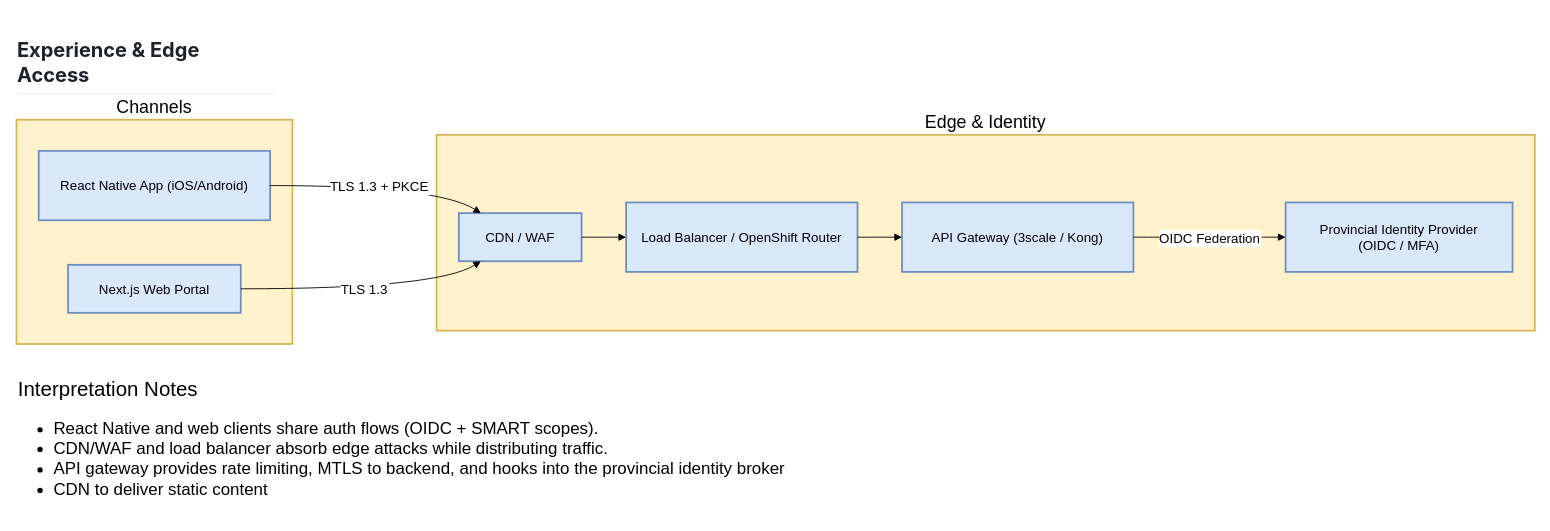
Above: EdgeLayer.drawio in sacssuresh/YourHealthNS-Architecture (draw.io), before the change. Source tidied: cells renumbered, new cells numbered last; positions are measured from the earlier drawing's top-left corner, leaving out a move shared by most shapes. Both pictures are drawn from the tidied source at 89%, with x=0, y=0 at pixel (16, 48).
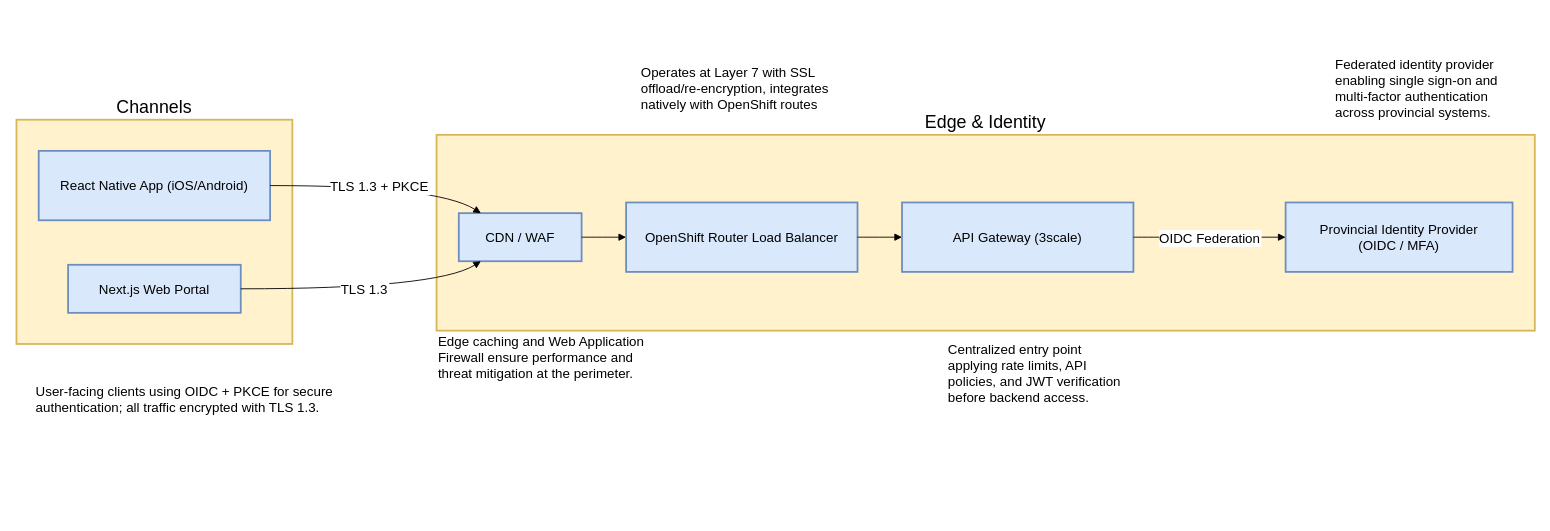
Above is the later version.

Diff of the diagram source:
```diff
@@
-    <mxCell id="7" value="Load Balancer / OpenShift Router" style="whiteSpace=wrap;strokeWidth=2;fontSize=15;fillColor=#dae8fc;strokeColor=#6c8ebf;" parent="1" vertex="1">
+    <mxCell id="7" value="OpenShift Router Load Balancer" style="whiteSpace=wrap;strokeWidth=2;fontSize=15;fillColor=#dae8fc;strokeColor=#6c8ebf;" parent="1" vertex="1">
       <mxGeometry x="685" y="173" width="260" height="78" as="geometry" />
     </mxCell>
-    <mxCell id="8" value="API Gateway (3scale / Kong)" style="whiteSpace=wrap;strokeWidth=2;fontSize=15;fillColor=#dae8fc;strokeColor=#6c8ebf;" parent="1" vertex="1">
+    <mxCell id="8" value="API Gateway (3scale)" style="whiteSpace=wrap;strokeWidth=2;fontSize=15;fillColor=#dae8fc;strokeColor=#6c8ebf;" parent="1" vertex="1">
       <mxGeometry x="995" y="173" width="260" height="78" as="geometry" />
     </mxCell>
@@
-    <mxCell id="15" value="&lt;div&gt;&lt;div&gt;&lt;br&gt;&lt;/div&gt;&lt;div&gt;&lt;br&gt;&lt;/div&gt;&lt;div&gt;&lt;font style=&quot;font-size: 23px;&quot;&gt;Interpretation Notes&lt;/font&gt;&lt;/div&gt;&lt;ul&gt;&lt;li&gt;React Native and web clients share auth flows (OIDC + SMART scopes).&lt;/li&gt;&lt;li&gt;CDN/WAF and load balancer absorb edge attacks while distributing traffic.&lt;/li&gt;&lt;li&gt;API gateway provides rate limiting, MTLS to backend, and hooks into the provincial identity broker&lt;/li&gt;&lt;li&gt;CDN to deliver static content&lt;/li&gt;&lt;/ul&gt;&lt;/div&gt;" style="text;html=1;whiteSpace=wrap;strokeColor=none;fillColor=none;align=left;verticalAlign=middle;rounded=0;fontSize=19;" parent="1" vertex="1">
-      <mxGeometry y="350" width="920" height="150" as="geometry" />
-    </mxCell>
-    <mxCell id="16" value="&lt;h2 tabindex=&quot;-1&quot; class=&quot;heading-element&quot; dir=&quot;auto&quot; style=&quot;box-sizing: border-box; margin-top: 24px; margin-bottom: 16px; line-height: 1.25; padding-bottom: 0.3em; border-bottom: 0.8px solid rgba(209, 217, 224, 0.7); color: rgb(31, 35, 40); font-family: -apple-system, BlinkMacSystemFont, &amp;quot;Segoe UI&amp;quot;, &amp;quot;Noto Sans&amp;quot;, Helvetica, Arial, sans-serif, &amp;quot;Apple Color Emoji&amp;quot;, &amp;quot;Segoe UI Emoji&amp;quot;; text-align: start; background-color: rgb(255, 255, 255);&quot;&gt;Experience &amp;amp; Edge Access&lt;/h2&gt;" style="text;html=1;whiteSpace=wrap;strokeColor=none;fillColor=none;align=center;verticalAlign=middle;rounded=0;fontSize=15;" parent="1" vertex="1">
-      <mxGeometry width="290" height="30" as="geometry" />
-    </mxCell>
+    <mxCell id="17" value="User-facing clients using OIDC + PKCE for secure authentication; all traffic encrypted with TLS 1.3." style="text;whiteSpace=wrap;html=1;fontSize=15;" parent="1" vertex="1">
+      <mxGeometry x="20" y="370" width="340" height="50" as="geometry" />
+    </mxCell>
+    <mxCell id="18" value="Edge caching and Web Application Firewall ensure performance and threat mitigation at the perimeter." style="text;html=1;whiteSpace=wrap;strokeColor=none;fillColor=none;align=left;verticalAlign=middle;rounded=0;fontSize=15;" parent="1" vertex="1">
+      <mxGeometry x="472" y="332" width="238" height="30" as="geometry" />
+    </mxCell>
+    <mxCell id="19" value="Centralized entry point applying rate limits, API policies, and JWT verification before backend access." style="text;html=1;whiteSpace=wrap;strokeColor=none;fillColor=none;align=left;verticalAlign=middle;rounded=0;fontSize=15;" parent="1" vertex="1">
+      <mxGeometry x="1045" y="350" width="200" height="30" as="geometry" />
+    </mxCell>
+    <mxCell id="20" value="Federated identity provider enabling single sign-on and multi-factor authentication across provincial systems." style="text;html=1;whiteSpace=wrap;strokeColor=none;fillColor=none;align=left;verticalAlign=middle;rounded=0;fontSize=15;" parent="1" vertex="1">
+      <mxGeometry x="1480" y="30" width="210" height="30" as="geometry" />
+    </mxCell>
+    <mxCell id="21" value="Operates at Layer 7 with SSL offload/re-encryption, integrates natively with OpenShift routes" style="text;html=1;whiteSpace=wrap;strokeColor=none;fillColor=none;align=left;verticalAlign=middle;rounded=0;fontSize=15;" parent="1" vertex="1">
+      <mxGeometry x="700" y="30" width="220" height="30" as="geometry" />
+    </mxCell>
```
